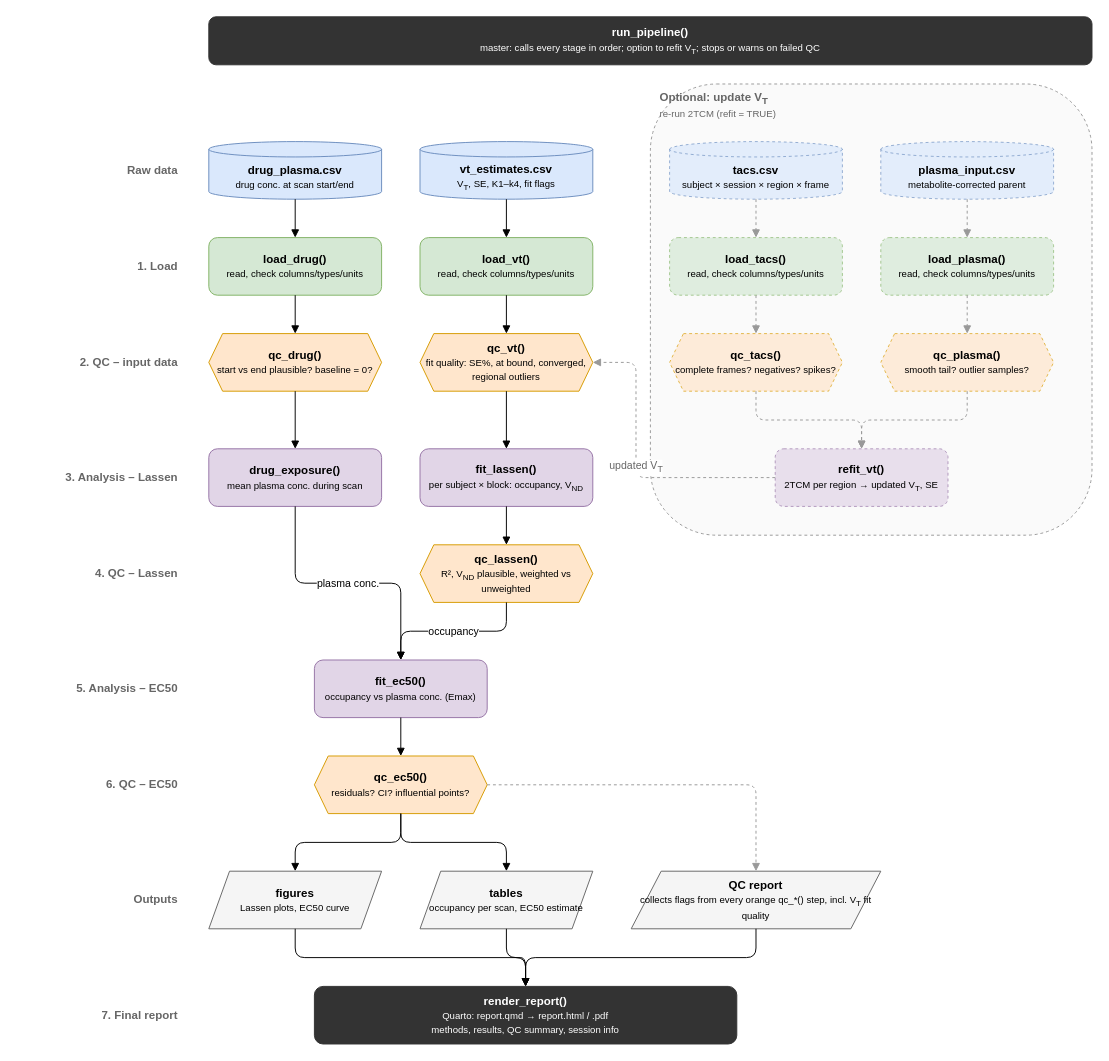
Above: docs/pipeline.drawio in marbol1/osip-mini-project (draw.io), before the change. Source tidied: cells renumbered, new cells numbered last; positions are measured from the earlier drawing's top-left corner, leaving out a move shared by most shapes. Both pictures are drawn from the tidied source at 96%, with x=0, y=0 at pixel (16, 16).
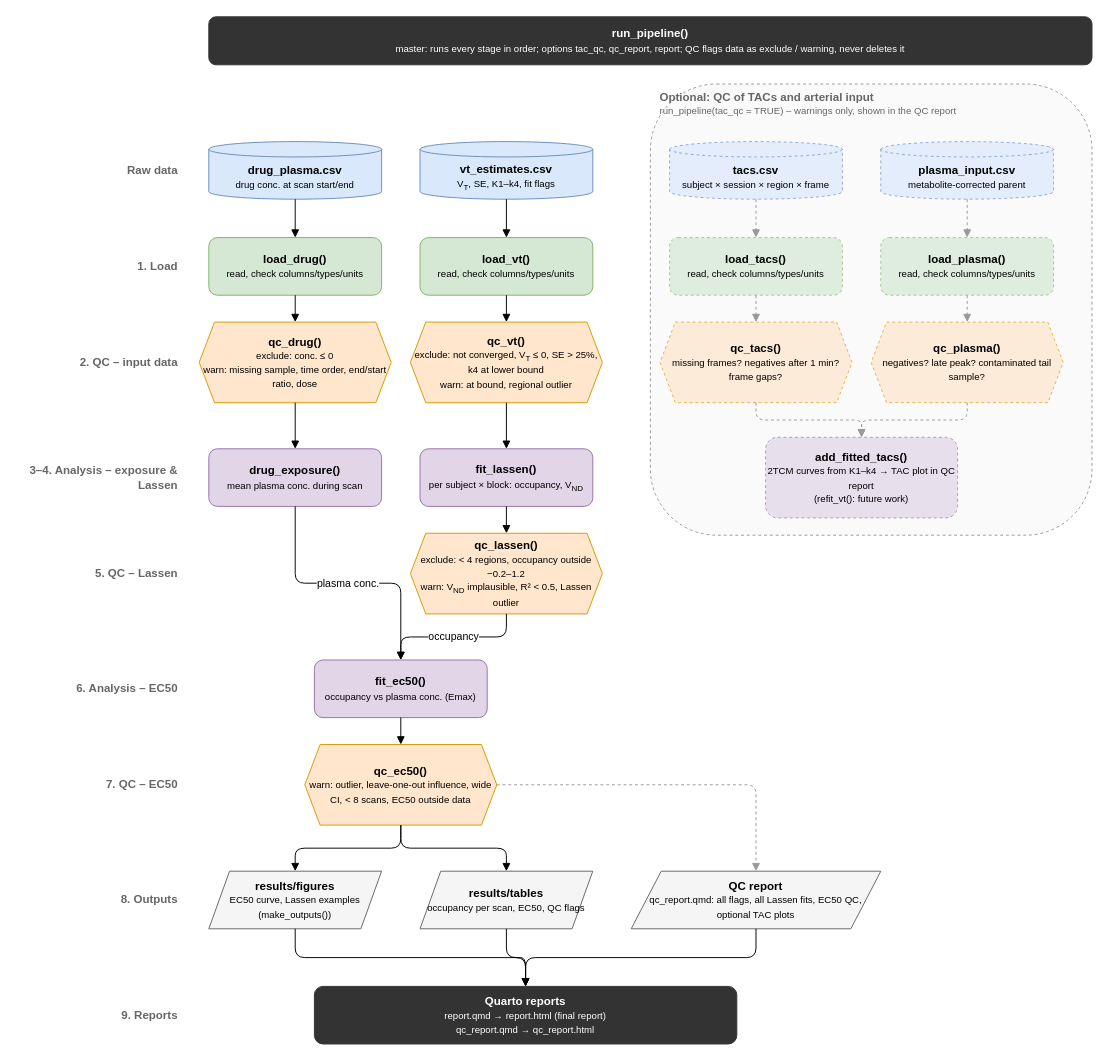
After the change.

Commit message (it also covers changes not shown here):
Update flowchart to match the final pipeline; show it in README

What changed in the source:
```diff
@@
-    <mxCell id="2" value="&lt;b&gt;Optional: update V&lt;sub&gt;T&lt;/sub&gt;&lt;/b&gt;&lt;br&gt;&lt;font style='font-size:10px'&gt;re-run 2TCM (refit = TRUE)&lt;/font&gt;" style="rounded=1;dashed=1;fillColor=#fafafa;strokeColor=#999999;verticalAlign=top;align=left;spacingLeft=8;fontColor=#666666;html=1;whiteSpace=wrap;" parent="1" vertex="1">
+    <mxCell id="2" value="&lt;b&gt;Optional: QC of TACs and arterial input&lt;/b&gt;&lt;br&gt;&lt;font style='font-size:10px'&gt;run_pipeline(tac_qc = TRUE) – warnings only, shown in the QC report&lt;/font&gt;" style="rounded=1;dashed=1;fillColor=#fafafa;strokeColor=#999999;verticalAlign=top;align=left;spacingLeft=8;fontColor=#666666;html=1;whiteSpace=wrap;" parent="1" vertex="1">
       <mxGeometry x="660" y="70" width="460" height="470" as="geometry" />
     </mxCell>
-    <mxCell id="3" value="&lt;b&gt;run_pipeline()&lt;/b&gt;&lt;br&gt;&lt;font style='font-size:10px'&gt;master: calls every stage in order; option to refit V&lt;sub&gt;T&lt;/sub&gt;; stops or warns on failed QC&lt;/font&gt;" style="rounded=1;fillColor=#333333;strokeColor=#333333;fontColor=#ffffff;html=1;whiteSpace=wrap;" parent="1" vertex="1">
+    <mxCell id="3" value="&lt;b&gt;run_pipeline()&lt;/b&gt;&lt;br&gt;&lt;font style='font-size:10px'&gt;master: runs every stage in order; options tac_qc, qc_report, report; QC flags data as exclude / warning, never deletes it&lt;/font&gt;" style="rounded=1;fillColor=#333333;strokeColor=#333333;fontColor=#ffffff;html=1;whiteSpace=wrap;" parent="1" vertex="1">
       <mxGeometry x="200" width="920" height="50" as="geometry" />
     </mxCell>
@@
-    <mxCell id="7" value="&lt;b&gt;3. Analysis – Lassen&lt;/b&gt;" style="rounded=0;fillColor=none;strokeColor=none;align=right;fontColor=#666666;html=1;whiteSpace=wrap;" parent="1" vertex="1">
+    <mxCell id="7" value="&lt;b&gt;3–4. Analysis – exposure &amp; Lassen&lt;/b&gt;" style="rounded=0;fillColor=none;strokeColor=none;align=right;fontColor=#666666;html=1;whiteSpace=wrap;" parent="1" vertex="1">
       <mxGeometry y="450" width="170" height="60" as="geometry" />
     </mxCell>
-    <mxCell id="8" value="&lt;b&gt;4. QC – Lassen&lt;/b&gt;" style="rounded=0;fillColor=none;strokeColor=none;align=right;fontColor=#666666;html=1;whiteSpace=wrap;" parent="1" vertex="1">
+    <mxCell id="8" value="&lt;b&gt;5. QC – Lassen&lt;/b&gt;" style="rounded=0;fillColor=none;strokeColor=none;align=right;fontColor=#666666;html=1;whiteSpace=wrap;" parent="1" vertex="1">
       <mxGeometry y="550" width="170" height="60" as="geometry" />
     </mxCell>
-    <mxCell id="9" value="&lt;b&gt;5. Analysis – EC50&lt;/b&gt;" style="rounded=0;fillColor=none;strokeColor=none;align=right;fontColor=#666666;html=1;whiteSpace=wrap;" parent="1" vertex="1">
+    <mxCell id="9" value="&lt;b&gt;6. Analysis – EC50&lt;/b&gt;" style="rounded=0;fillColor=none;strokeColor=none;align=right;fontColor=#666666;html=1;whiteSpace=wrap;" parent="1" vertex="1">
       <mxGeometry y="670" width="170" height="60" as="geometry" />
     </mxCell>
-    <mxCell id="10" value="&lt;b&gt;6. QC – EC50&lt;/b&gt;" style="rounded=0;fillColor=none;strokeColor=none;align=right;fontColor=#666666;html=1;whiteSpace=wrap;" parent="1" vertex="1">
+    <mxCell id="10" value="&lt;b&gt;7. QC – EC50&lt;/b&gt;" style="rounded=0;fillColor=none;strokeColor=none;align=right;fontColor=#666666;html=1;whiteSpace=wrap;" parent="1" vertex="1">
       <mxGeometry y="770" width="170" height="60" as="geometry" />
     </mxCell>
-    <mxCell id="11" value="&lt;b&gt;Outputs&lt;/b&gt;" style="rounded=0;fillColor=none;strokeColor=none;align=right;fontColor=#666666;html=1;whiteSpace=wrap;" parent="1" vertex="1">
+    <mxCell id="11" value="&lt;b&gt;8. Outputs&lt;/b&gt;" style="rounded=0;fillColor=none;strokeColor=none;align=right;fontColor=#666666;html=1;whiteSpace=wrap;" parent="1" vertex="1">
       <mxGeometry y="890" width="170" height="60" as="geometry" />
     </mxCell>
-    <mxCell id="12" value="&lt;b&gt;7. Final report&lt;/b&gt;" style="rounded=0;fillColor=none;strokeColor=none;align=right;fontColor=#666666;html=1;whiteSpace=wrap;" parent="1" vertex="1">
+    <mxCell id="12" value="&lt;b&gt;9. Reports&lt;/b&gt;" style="rounded=0;fillColor=none;strokeColor=none;align=right;fontColor=#666666;html=1;whiteSpace=wrap;" parent="1" vertex="1">
       <mxGeometry y="1010" width="170" height="60" as="geometry" />
     </mxCell>
@@
-    <mxCell id="17" value="&lt;b&gt;qc_vt()&lt;/b&gt;&lt;br&gt;&lt;font style='font-size:10px'&gt;fit quality: SE%, at bound, converged, regional outliers&lt;/font&gt;" style="shape=hexagon;perimeter=hexagonPerimeter2;size=0.08;fillColor=#ffe6cc;strokeColor=#d79b00;html=1;whiteSpace=wrap;" parent="1" vertex="1">
-      <mxGeometry x="420" y="330" width="180" height="60" as="geometry" />
+    <mxCell id="17" value="&lt;b&gt;qc_vt()&lt;/b&gt;&lt;br&gt;&lt;font style='font-size:10px'&gt;exclude: not converged, V&lt;sub&gt;T&lt;/sub&gt; ≤ 0, SE &gt; 25%, k4 at lower bound&lt;br&gt;warn: at bound, regional outlier&lt;/font&gt;" style="shape=hexagon;perimeter=hexagonPerimeter2;size=0.08;fillColor=#ffe6cc;strokeColor=#d79b00;html=1;whiteSpace=wrap;" parent="1" vertex="1">
+      <mxGeometry x="410" y="318" width="200" height="84" as="geometry" />
     </mxCell>
-    <mxCell id="18" value="&lt;b&gt;qc_drug()&lt;/b&gt;&lt;br&gt;&lt;font style='font-size:10px'&gt;start vs end plausible? baseline = 0?&lt;/font&gt;" style="shape=hexagon;perimeter=hexagonPerimeter2;size=0.08;fillColor=#ffe6cc;strokeColor=#d79b00;html=1;whiteSpace=wrap;" parent="1" vertex="1">
-      <mxGeometry x="200" y="330" width="180" height="60" as="geometry" />
+    <mxCell id="18" value="&lt;b&gt;qc_drug()&lt;/b&gt;&lt;br&gt;&lt;font style='font-size:10px'&gt;exclude: conc. ≤ 0&lt;br&gt;warn: missing sample, time order, end/start ratio, dose&lt;/font&gt;" style="shape=hexagon;perimeter=hexagonPerimeter2;size=0.08;fillColor=#ffe6cc;strokeColor=#d79b00;html=1;whiteSpace=wrap;" parent="1" vertex="1">
+      <mxGeometry x="190" y="318" width="200" height="84" as="geometry" />
     </mxCell>
@@
-    <mxCell id="21" value="&lt;b&gt;qc_lassen()&lt;/b&gt;&lt;br&gt;&lt;font style=&quot;font-size:10px&quot;&gt;R², V&lt;sub&gt;ND&lt;/sub&gt; plausible, weighted vs unweighted&lt;/font&gt;" style="shape=hexagon;perimeter=hexagonPerimeter2;size=0.08;fillColor=#ffe6cc;strokeColor=#d79b00;html=1;whiteSpace=wrap;" parent="1" vertex="1">
-      <mxGeometry x="420" y="550" width="180" height="60" as="geometry" />
+    <mxCell id="21" value="&lt;b&gt;qc_lassen()&lt;/b&gt;&lt;br&gt;&lt;font style='font-size:10px'&gt;exclude: &lt; 4 regions, occupancy outside −0.2–1.2&lt;br&gt;warn: V&lt;sub&gt;ND&lt;/sub&gt; implausible, R² &lt; 0.5, Lassen outlier&lt;/font&gt;" style="shape=hexagon;perimeter=hexagonPerimeter2;size=0.08;fillColor=#ffe6cc;strokeColor=#d79b00;html=1;whiteSpace=wrap;" parent="1" vertex="1">
+      <mxGeometry x="410" y="538" width="200" height="84" as="geometry" />
     </mxCell>
@@
-    <mxCell id="23" value="&lt;b&gt;qc_ec50()&lt;/b&gt;&lt;br&gt;&lt;font style='font-size:10px'&gt;residuals? CI? influential points?&lt;/font&gt;" style="shape=hexagon;perimeter=hexagonPerimeter2;size=0.08;fillColor=#ffe6cc;strokeColor=#d79b00;html=1;whiteSpace=wrap;" parent="1" vertex="1">
-      <mxGeometry x="310" y="770" width="180" height="60" as="geometry" />
+    <mxCell id="23" value="&lt;b&gt;qc_ec50()&lt;/b&gt;&lt;br&gt;&lt;font style='font-size:10px'&gt;warn: outlier, leave-one-out influence, wide CI, &lt; 8 scans, EC50 outside data&lt;/font&gt;" style="shape=hexagon;perimeter=hexagonPerimeter2;size=0.08;fillColor=#ffe6cc;strokeColor=#d79b00;html=1;whiteSpace=wrap;" parent="1" vertex="1">
+      <mxGeometry x="300" y="758" width="200" height="84" as="geometry" />
     </mxCell>
@@
-    <mxCell id="28" value="&lt;b&gt;qc_tacs()&lt;/b&gt;&lt;br&gt;&lt;font style='font-size:10px'&gt;complete frames? negatives? spikes?&lt;/font&gt;" style="shape=hexagon;perimeter=hexagonPerimeter2;size=0.08;fillColor=#ffe6cc;strokeColor=#d79b00;opacity=70;dashed=1;html=1;whiteSpace=wrap;" parent="1" vertex="1">
-      <mxGeometry x="680" y="330" width="180" height="60" as="geometry" />
+    <mxCell id="28" value="&lt;b&gt;qc_tacs()&lt;/b&gt;&lt;br&gt;&lt;font style='font-size:10px'&gt;missing frames? negatives after 1 min? frame gaps?&lt;/font&gt;" style="shape=hexagon;perimeter=hexagonPerimeter2;size=0.08;fillColor=#ffe6cc;strokeColor=#d79b00;opacity=70;dashed=1;html=1;whiteSpace=wrap;" parent="1" vertex="1">
+      <mxGeometry x="670" y="318" width="200" height="84" as="geometry" />
     </mxCell>
-    <mxCell id="29" value="&lt;b&gt;qc_plasma()&lt;/b&gt;&lt;br&gt;&lt;font style='font-size:10px'&gt;smooth tail? outlier samples?&lt;/font&gt;" style="shape=hexagon;perimeter=hexagonPerimeter2;size=0.08;fillColor=#ffe6cc;strokeColor=#d79b00;opacity=70;dashed=1;html=1;whiteSpace=wrap;" parent="1" vertex="1">
-      <mxGeometry x="900" y="330" width="180" height="60" as="geometry" />
+    <mxCell id="29" value="&lt;b&gt;qc_plasma()&lt;/b&gt;&lt;br&gt;&lt;font style='font-size:10px'&gt;negatives? late peak? contaminated tail sample?&lt;/font&gt;" style="shape=hexagon;perimeter=hexagonPerimeter2;size=0.08;fillColor=#ffe6cc;strokeColor=#d79b00;opacity=70;dashed=1;html=1;whiteSpace=wrap;" parent="1" vertex="1">
+      <mxGeometry x="890" y="318" width="200" height="84" as="geometry" />
     </mxCell>
-    <mxCell id="30" value="&lt;b&gt;refit_vt()&lt;/b&gt;&lt;br&gt;&lt;font style='font-size:10px'&gt;2TCM per region → updated V&lt;sub&gt;T&lt;/sub&gt;, SE&lt;/font&gt;" style="rounded=1;fillColor=#e1d5e7;strokeColor=#9673a6;opacity=70;dashed=1;html=1;whiteSpace=wrap;" parent="1" vertex="1">
-      <mxGeometry x="790" y="450" width="180" height="60" as="geometry" />
+    <mxCell id="30" value="&lt;b&gt;add_fitted_tacs()&lt;/b&gt;&lt;br&gt;&lt;font style='font-size:10px'&gt;2TCM curves from K1–k4 → TAC plot in QC report&lt;br&gt;(refit_vt(): future work)&lt;/font&gt;" style="rounded=1;fillColor=#e1d5e7;strokeColor=#9673a6;opacity=70;dashed=1;html=1;whiteSpace=wrap;" parent="1" vertex="1">
+      <mxGeometry x="780" y="438" width="200" height="84" as="geometry" />
     </mxCell>
-    <mxCell id="31" value="&lt;b&gt;figures&lt;/b&gt;&lt;br&gt;&lt;font style='font-size:10px'&gt;Lassen plots, EC50 curve&lt;/font&gt;" style="shape=parallelogram;perimeter=parallelogramPerimeter;size=0.12;fillColor=#f5f5f5;strokeColor=#666666;html=1;whiteSpace=wrap;" parent="1" vertex="1">
+    <mxCell id="31" value="&lt;b&gt;results/figures&lt;/b&gt;&lt;br&gt;&lt;font style='font-size:10px'&gt;EC50 curve, Lassen examples (make_outputs())&lt;/font&gt;" style="shape=parallelogram;perimeter=parallelogramPerimeter;size=0.12;fillColor=#f5f5f5;strokeColor=#666666;html=1;whiteSpace=wrap;" parent="1" vertex="1">
       <mxGeometry x="200" y="890" width="180" height="60" as="geometry" />
     </mxCell>
-    <mxCell id="32" value="&lt;b&gt;tables&lt;/b&gt;&lt;br&gt;&lt;font style='font-size:10px'&gt;occupancy per scan, EC50 estimate&lt;/font&gt;" style="shape=parallelogram;perimeter=parallelogramPerimeter;size=0.12;fillColor=#f5f5f5;strokeColor=#666666;html=1;whiteSpace=wrap;" parent="1" vertex="1">
+    <mxCell id="32" value="&lt;b&gt;results/tables&lt;/b&gt;&lt;br&gt;&lt;font style='font-size:10px'&gt;occupancy per scan, EC50, QC flags&lt;/font&gt;" style="shape=parallelogram;perimeter=parallelogramPerimeter;size=0.12;fillColor=#f5f5f5;strokeColor=#666666;html=1;whiteSpace=wrap;" parent="1" vertex="1">
       <mxGeometry x="420" y="890" width="180" height="60" as="geometry" />
     </mxCell>
-    <mxCell id="33" value="&lt;b&gt;QC report&lt;/b&gt;&lt;br&gt;&lt;font style='font-size:10px'&gt;collects flags from every orange qc_*() step, incl. V&lt;sub&gt;T&lt;/sub&gt; fit quality&lt;/font&gt;" style="shape=parallelogram;perimeter=parallelogramPerimeter;size=0.12;fillColor=#f5f5f5;strokeColor=#666666;html=1;whiteSpace=wrap;" parent="1" vertex="1">
+    <mxCell id="33" value="&lt;b&gt;QC report&lt;/b&gt;&lt;br&gt;&lt;font style='font-size:10px'&gt;qc_report.qmd: all flags, all Lassen fits, EC50 QC, optional TAC plots&lt;/font&gt;" style="shape=parallelogram;perimeter=parallelogramPerimeter;size=0.12;fillColor=#f5f5f5;strokeColor=#666666;html=1;whiteSpace=wrap;" parent="1" vertex="1">
       <mxGeometry x="640" y="890" width="260" height="60" as="geometry" />
     </mxCell>
-    <mxCell id="34" value="&lt;b&gt;render_report()&lt;/b&gt;&lt;br&gt;&lt;font style='font-size:10px'&gt;Quarto: report.qmd → report.html / .pdf&lt;br&gt;methods, results, QC summary, session info&lt;/font&gt;" style="rounded=1;fillColor=#333333;strokeColor=#333333;fontColor=#ffffff;html=1;whiteSpace=wrap;" parent="1" vertex="1">
+    <mxCell id="34" value="&lt;b&gt;Quarto reports&lt;/b&gt;&lt;br&gt;&lt;font style='font-size:10px'&gt;report.qmd → report.html (final report)&lt;br&gt;qc_report.qmd → qc_report.html&lt;/font&gt;" style="rounded=1;fillColor=#333333;strokeColor=#333333;fontColor=#ffffff;html=1;whiteSpace=wrap;" parent="1" vertex="1">
       <mxGeometry x="310" y="1010" width="440" height="60" as="geometry" />
     </mxCell>
@@
-    <mxCell id="53" value="updated V&lt;sub&gt;T&lt;/sub&gt;" style="edgeStyle=orthogonalEdgeStyle;rounded=1;html=1;endArrow=block;dashed=1;strokeColor=#999999;fontColor=#666666;exitX=0;exitY=0.5;entryX=1;entryY=0.5;" parent="1" edge="1" source="30" target="17">
-      <mxGeometry relative="1" as="geometry">
-        <Array as="points">
-          <mxPoint x="645" y="480" />
-          <mxPoint x="645" y="360" />
-        </Array>
-      </mxGeometry>
-    </mxCell>
```
